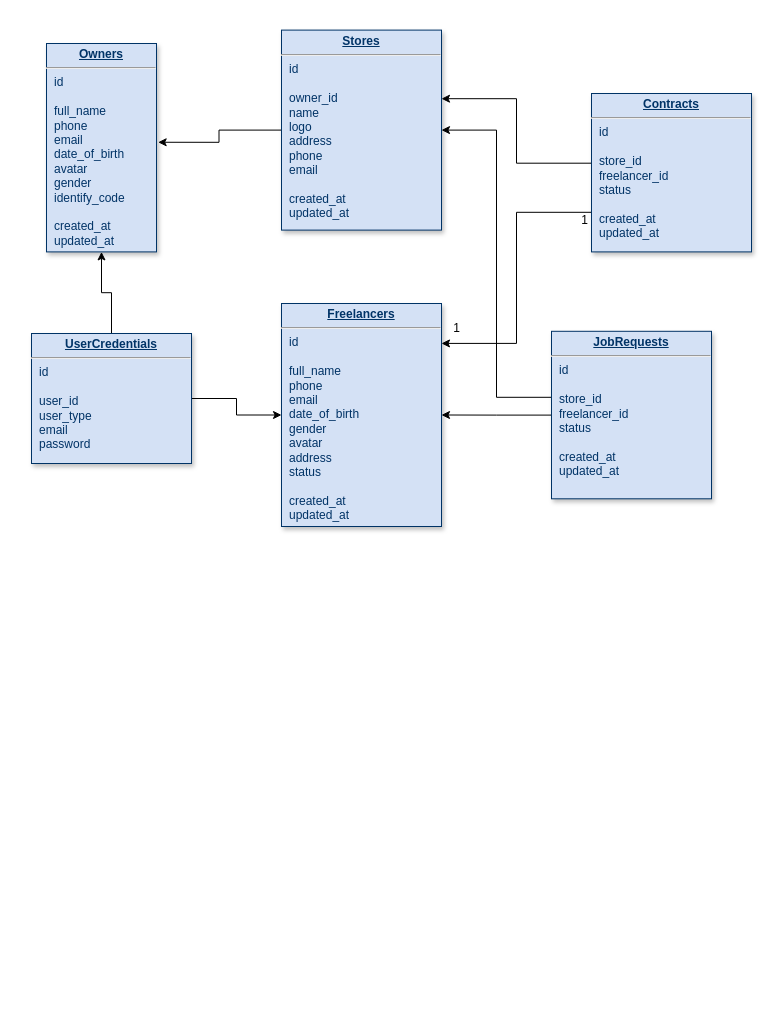
TunKeyy/NTKha-intern-backend-test keeps this draw.io diagram as database.drawio. Above is the earlier version. Source tidied: cells renumbered, new cells numbered last; positions are measured from the earlier drawing's top-left corner, leaving out a move shared by most shapes. Both pictures are drawn from the tidied source at 100%, with x=0, y=0 at pixel (31, 30).
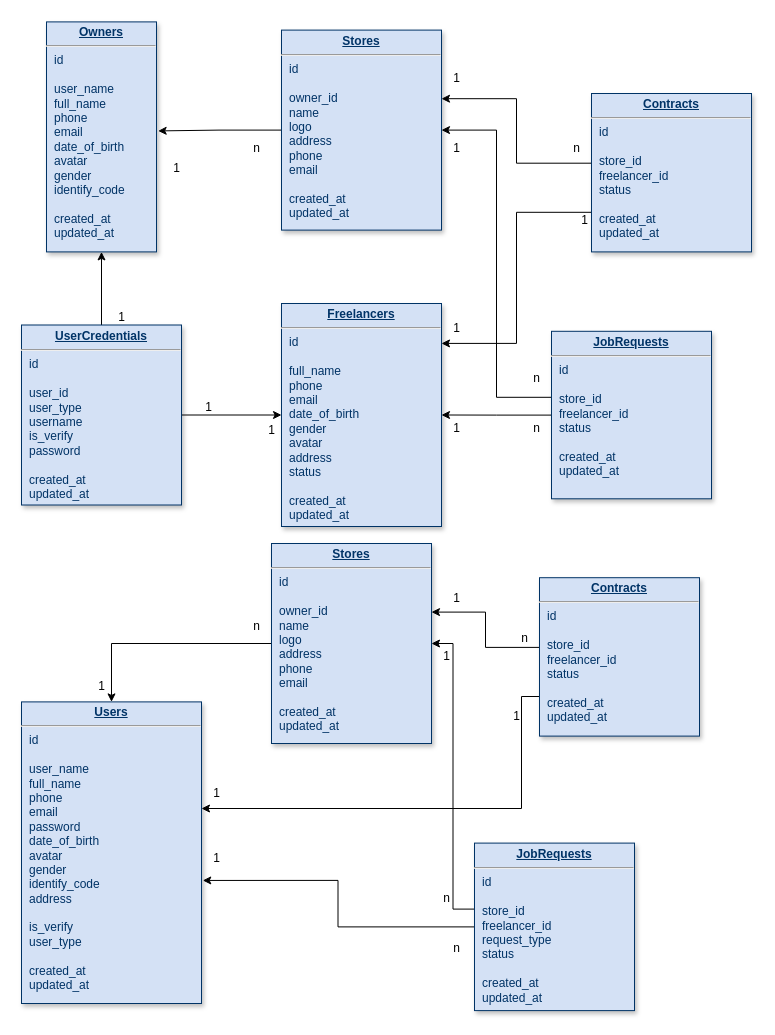
The same diagram, later.

Diff of the diagram source:
```diff
@@
-    <mxCell id="9" value="&lt;p style=&quot;margin: 0px; margin-top: 4px; text-align: center; text-decoration: underline;&quot;&gt;&lt;b&gt;UserCredentials&lt;/b&gt;&lt;/p&gt;&lt;hr&gt;&lt;p style=&quot;margin: 0px; margin-left: 8px;&quot;&gt;id&lt;/p&gt;&lt;p style=&quot;margin: 0px; margin-left: 8px;&quot;&gt;&lt;br&gt;&lt;/p&gt;&lt;p style=&quot;margin: 0px; margin-left: 8px;&quot;&gt;user_id&lt;/p&gt;&lt;p style=&quot;margin: 0px; margin-left: 8px;&quot;&gt;user_type&lt;/p&gt;&lt;p style=&quot;margin: 0px; margin-left: 8px;&quot;&gt;email&lt;/p&gt;&lt;p style=&quot;margin: 0px; margin-left: 8px;&quot;&gt;password&lt;/p&gt;" style="verticalAlign=top;align=left;overflow=fill;fontSize=12;fontFamily=Helvetica;html=1;strokeColor=#003366;shadow=1;fillColor=#D4E1F5;fontColor=#003366;" parent="1" vertex="1">
-      <mxGeometry y="303" width="160" height="130" as="geometry" />
+    <mxCell id="9" value="&lt;p style=&quot;margin: 0px; margin-top: 4px; text-align: center; text-decoration: underline;&quot;&gt;&lt;b&gt;UserCredentials&lt;/b&gt;&lt;/p&gt;&lt;hr&gt;&lt;p style=&quot;margin: 0px; margin-left: 8px;&quot;&gt;id&lt;/p&gt;&lt;p style=&quot;margin: 0px; margin-left: 8px;&quot;&gt;&lt;br&gt;&lt;/p&gt;&lt;p style=&quot;margin: 0px; margin-left: 8px;&quot;&gt;user_id&lt;/p&gt;&lt;p style=&quot;margin: 0px; margin-left: 8px;&quot;&gt;user_type&lt;/p&gt;&lt;p style=&quot;margin: 0px; margin-left: 8px;&quot;&gt;&lt;span style=&quot;background-color: initial;&quot;&gt;username&lt;/span&gt;&lt;/p&gt;&lt;p style=&quot;margin: 0px; margin-left: 8px;&quot;&gt;is_verify&lt;/p&gt;&lt;p style=&quot;margin: 0px; margin-left: 8px;&quot;&gt;&lt;span style=&quot;background-color: initial;&quot;&gt;password&lt;/span&gt;&lt;br&gt;&lt;/p&gt;&lt;p style=&quot;border-color: var(--border-color); margin: 0px 0px 0px 8px;&quot;&gt;&lt;br&gt;&lt;/p&gt;&lt;p style=&quot;border-color: var(--border-color); margin: 0px 0px 0px 8px;&quot;&gt;created_at&lt;/p&gt;&lt;p style=&quot;border-color: var(--border-color); margin: 0px 0px 0px 8px;&quot;&gt;updated_at&lt;/p&gt;" style="verticalAlign=top;align=left;overflow=fill;fontSize=12;fontFamily=Helvetica;html=1;strokeColor=#003366;shadow=1;fillColor=#D4E1F5;fontColor=#003366;" parent="1" vertex="1">
+      <mxGeometry x="-10" y="294.5" width="160" height="180" as="geometry" />
     </mxCell>
@@
-    <mxCell id="14" value="&lt;p style=&quot;margin: 0px; margin-top: 4px; text-align: center; text-decoration: underline;&quot;&gt;&lt;b&gt;Owners&lt;/b&gt;&lt;/p&gt;&lt;hr&gt;&lt;p style=&quot;margin: 0px; margin-left: 8px;&quot;&gt;&lt;span style=&quot;background-color: initial;&quot;&gt;id&lt;/span&gt;&lt;br&gt;&lt;/p&gt;&lt;p style=&quot;margin: 0px; margin-left: 8px;&quot;&gt;&lt;span style=&quot;background-color: initial;&quot;&gt;&lt;br&gt;&lt;/span&gt;&lt;/p&gt;&lt;p style=&quot;margin: 0px; margin-left: 8px;&quot;&gt;full_name&lt;/p&gt;&lt;p style=&quot;margin: 0px; margin-left: 8px;&quot;&gt;phone&lt;/p&gt;&lt;p style=&quot;margin: 0px; margin-left: 8px;&quot;&gt;email&lt;/p&gt;&lt;p style=&quot;margin: 0px; margin-left: 8px;&quot;&gt;date_of_birth&lt;/p&gt;&lt;p style=&quot;margin: 0px; margin-left: 8px;&quot;&gt;avatar&lt;/p&gt;&lt;p style=&quot;margin: 0px; margin-left: 8px;&quot;&gt;gender&lt;/p&gt;&lt;p style=&quot;margin: 0px; margin-left: 8px;&quot;&gt;identify_code&lt;/p&gt;&lt;p style=&quot;margin: 0px; margin-left: 8px;&quot;&gt;&lt;br&gt;&lt;/p&gt;&lt;p style=&quot;border-color: var(--border-color); margin: 0px 0px 0px 8px;&quot;&gt;created_at&lt;/p&gt;&lt;p style=&quot;border-color: var(--border-color); margin: 0px 0px 0px 8px;&quot;&gt;updated_at&lt;/p&gt;" style="verticalAlign=top;align=left;overflow=fill;fontSize=12;fontFamily=Helvetica;html=1;strokeColor=#003366;shadow=1;fillColor=#D4E1F5;fontColor=#003366;" parent="1" vertex="1">
-      <mxGeometry x="15" y="13" width="110" height="208.4" as="geometry" />
+    <mxCell id="14" value="&lt;p style=&quot;margin: 0px; margin-top: 4px; text-align: center; text-decoration: underline;&quot;&gt;&lt;b&gt;Owners&lt;/b&gt;&lt;/p&gt;&lt;hr&gt;&lt;p style=&quot;margin: 0px; margin-left: 8px;&quot;&gt;&lt;span style=&quot;background-color: initial;&quot;&gt;id&lt;/span&gt;&lt;br&gt;&lt;/p&gt;&lt;p style=&quot;margin: 0px; margin-left: 8px;&quot;&gt;&lt;span style=&quot;background-color: initial;&quot;&gt;&lt;br&gt;&lt;/span&gt;&lt;/p&gt;&lt;p style=&quot;margin: 0px; margin-left: 8px;&quot;&gt;user_name&lt;/p&gt;&lt;p style=&quot;margin: 0px; margin-left: 8px;&quot;&gt;full_name&lt;/p&gt;&lt;p style=&quot;margin: 0px; margin-left: 8px;&quot;&gt;phone&lt;/p&gt;&lt;p style=&quot;margin: 0px; margin-left: 8px;&quot;&gt;email&lt;/p&gt;&lt;p style=&quot;margin: 0px; margin-left: 8px;&quot;&gt;date_of_birth&lt;/p&gt;&lt;p style=&quot;margin: 0px; margin-left: 8px;&quot;&gt;avatar&lt;/p&gt;&lt;p style=&quot;margin: 0px; margin-left: 8px;&quot;&gt;gender&lt;/p&gt;&lt;p style=&quot;margin: 0px; margin-left: 8px;&quot;&gt;identify_code&lt;/p&gt;&lt;p style=&quot;margin: 0px; margin-left: 8px;&quot;&gt;&lt;br&gt;&lt;/p&gt;&lt;p style=&quot;border-color: var(--border-color); margin: 0px 0px 0px 8px;&quot;&gt;created_at&lt;/p&gt;&lt;p style=&quot;border-color: var(--border-color); margin: 0px 0px 0px 8px;&quot;&gt;updated_at&lt;/p&gt;" style="verticalAlign=top;align=left;overflow=fill;fontSize=12;fontFamily=Helvetica;html=1;strokeColor=#003366;shadow=1;fillColor=#D4E1F5;fontColor=#003366;" parent="1" vertex="1">
+      <mxGeometry x="15" y="-8.6" width="110" height="230" as="geometry" />
     </mxCell>
@@
+    <mxCell id="17" value="n" style="text;html=1;align=center;verticalAlign=middle;strokeColor=none;fillColor=none;" parent="1" vertex="1">
+      <mxGeometry x="210" y="103" width="30" height="30" as="geometry" />
+    </mxCell>
+    <mxCell id="18" value="1" style="text;html=1;align=center;verticalAlign=middle;strokeColor=none;fillColor=none;" parent="1" vertex="1">
+      <mxGeometry x="130" y="123" width="30" height="30" as="geometry" />
+    </mxCell>
+    <mxCell id="19" value="1" style="text;html=1;align=center;verticalAlign=middle;strokeColor=none;fillColor=none;" parent="1" vertex="1">
+      <mxGeometry x="410" y="33" width="30" height="30" as="geometry" />
+    </mxCell>
+    <mxCell id="20" value="n" style="text;html=1;align=center;verticalAlign=middle;strokeColor=none;fillColor=none;" parent="1" vertex="1">
+      <mxGeometry x="530" y="103" width="30" height="30" as="geometry" />
+    </mxCell>
+    <mxCell id="21" value="n" style="text;html=1;align=center;verticalAlign=middle;strokeColor=none;fillColor=none;" parent="1" vertex="1">
+      <mxGeometry x="490" y="383" width="30" height="30" as="geometry" />
+    </mxCell>
+    <mxCell id="22" value="1" style="text;html=1;align=center;verticalAlign=middle;strokeColor=none;fillColor=none;" parent="1" vertex="1">
+      <mxGeometry x="410" y="383" width="30" height="30" as="geometry" />
+    </mxCell>
+    <mxCell id="23" value="1" style="text;html=1;align=center;verticalAlign=middle;strokeColor=none;fillColor=none;" parent="1" vertex="1">
+      <mxGeometry x="410" y="103" width="30" height="30" as="geometry" />
+    </mxCell>
+    <mxCell id="24" value="n" style="text;html=1;align=center;verticalAlign=middle;strokeColor=none;fillColor=none;" parent="1" vertex="1">
+      <mxGeometry x="490" y="333" width="30" height="30" as="geometry" />
+    </mxCell>
+    <mxCell id="25" value="1" style="text;html=1;align=center;verticalAlign=middle;strokeColor=none;fillColor=none;" parent="1" vertex="1">
+      <mxGeometry x="75" y="272" width="30" height="30" as="geometry" />
+    </mxCell>
+    <mxCell id="26" value="1" style="text;html=1;align=center;verticalAlign=middle;strokeColor=none;fillColor=none;" parent="1" vertex="1">
+      <mxGeometry x="162" y="362" width="30" height="30" as="geometry" />
+    </mxCell>
+    <mxCell id="27" value="1" style="text;html=1;align=center;verticalAlign=middle;strokeColor=none;fillColor=none;" parent="1" vertex="1">
+      <mxGeometry x="225" y="385" width="30" height="30" as="geometry" />
+    </mxCell>
+    <mxCell id="28" style="edgeStyle=orthogonalEdgeStyle;rounded=0;jettySize=auto;html=1;entryX=0.5;entryY=0;entryDx=0;entryDy=0;" parent="1" edge="1" source="29" target="44">
+      <mxGeometry relative="1" as="geometry" />
+    </mxCell>
+    <mxCell id="29" value="&lt;p style=&quot;margin: 0px; margin-top: 4px; text-align: center; text-decoration: underline;&quot;&gt;&lt;b&gt;Stores&lt;/b&gt;&lt;/p&gt;&lt;hr&gt;&lt;p style=&quot;margin: 0px; margin-left: 8px;&quot;&gt;id&lt;/p&gt;&lt;p style=&quot;margin: 0px; margin-left: 8px;&quot;&gt;&lt;br&gt;&lt;/p&gt;&lt;p style=&quot;margin: 0px; margin-left: 8px;&quot;&gt;owner_id&lt;/p&gt;&lt;p style=&quot;margin: 0px; margin-left: 8px;&quot;&gt;name&lt;/p&gt;&lt;p style=&quot;margin: 0px; margin-left: 8px;&quot;&gt;logo&lt;/p&gt;&lt;p style=&quot;margin: 0px; margin-left: 8px;&quot;&gt;address&lt;/p&gt;&lt;p style=&quot;margin: 0px; margin-left: 8px;&quot;&gt;phone&lt;/p&gt;&lt;p style=&quot;margin: 0px; margin-left: 8px;&quot;&gt;email&lt;/p&gt;&lt;p style=&quot;margin: 0px; margin-left: 8px;&quot;&gt;&lt;br&gt;&lt;/p&gt;&lt;p style=&quot;border-color: var(--border-color); margin: 0px 0px 0px 8px;&quot;&gt;created_at&lt;/p&gt;&lt;p style=&quot;border-color: var(--border-color); margin: 0px 0px 0px 8px;&quot;&gt;updated_at&lt;/p&gt;&lt;p style=&quot;margin: 0px; margin-left: 8px;&quot;&gt;&lt;br&gt;&lt;/p&gt;" style="verticalAlign=top;align=left;overflow=fill;fontSize=12;fontFamily=Helvetica;html=1;strokeColor=#003366;shadow=1;fillColor=#D4E1F5;fontColor=#003366;" parent="1" vertex="1">
+      <mxGeometry x="240" y="513" width="160" height="200" as="geometry" />
+    </mxCell>
+    <mxCell id="30" style="edgeStyle=orthogonalEdgeStyle;rounded=0;jettySize=auto;html=1;entryX=1.007;entryY=0.592;entryDx=0;entryDy=0;entryPerimeter=0;" parent="1" edge="1" source="32" target="44">
+      <mxGeometry relative="1" as="geometry" />
+    </mxCell>
+    <mxCell id="31" style="edgeStyle=orthogonalEdgeStyle;rounded=0;jettySize=auto;html=1;entryX=1;entryY=0.5;entryDx=0;entryDy=0;exitX=0.004;exitY=0.394;exitDx=0;exitDy=0;exitPerimeter=0;" parent="1" edge="1" source="32" target="29">
+      <mxGeometry relative="1" as="geometry" />
+    </mxCell>
+    <mxCell id="32" value="&lt;p style=&quot;margin: 0px; margin-top: 4px; text-align: center; text-decoration: underline;&quot;&gt;&lt;b&gt;JobRequests&lt;/b&gt;&lt;/p&gt;&lt;hr&gt;&lt;p style=&quot;margin: 0px; margin-left: 8px;&quot;&gt;&lt;span style=&quot;background-color: initial;&quot;&gt;id&lt;/span&gt;&lt;/p&gt;&lt;p style=&quot;margin: 0px; margin-left: 8px;&quot;&gt;&lt;br&gt;&lt;/p&gt;&lt;p style=&quot;margin: 0px; margin-left: 8px;&quot;&gt;store_id&lt;/p&gt;&lt;p style=&quot;margin: 0px; margin-left: 8px;&quot;&gt;freelancer_id&lt;/p&gt;&lt;p style=&quot;margin: 0px; margin-left: 8px;&quot;&gt;request_type&lt;/p&gt;&lt;p style=&quot;margin: 0px; margin-left: 8px;&quot;&gt;status&lt;/p&gt;&lt;p style=&quot;margin: 0px; margin-left: 8px;&quot;&gt;&lt;br&gt;&lt;/p&gt;&lt;p style=&quot;border-color: var(--border-color); margin: 0px 0px 0px 8px;&quot;&gt;created_at&lt;/p&gt;&lt;p style=&quot;border-color: var(--border-color); margin: 0px 0px 0px 8px;&quot;&gt;updated_at&lt;/p&gt;" style="verticalAlign=top;align=left;overflow=fill;fontSize=12;fontFamily=Helvetica;html=1;strokeColor=#003366;shadow=1;fillColor=#D4E1F5;fontColor=#003366;" parent="1" vertex="1">
+      <mxGeometry x="443" y="812.6" width="160" height="167.5" as="geometry" />
+    </mxCell>
+    <mxCell id="33" style="edgeStyle=orthogonalEdgeStyle;rounded=0;jettySize=auto;html=1;entryX=1;entryY=0.343;entryDx=0;entryDy=0;entryPerimeter=0;exitX=0;exitY=0.44;exitDx=0;exitDy=0;exitPerimeter=0;" parent="1" edge="1" source="35" target="29">
+      <mxGeometry relative="1" as="geometry" />
+    </mxCell>
+    <mxCell id="34" style="edgeStyle=orthogonalEdgeStyle;rounded=0;jettySize=auto;html=1;exitX=0;exitY=0.75;exitDx=0;exitDy=0;" parent="1" edge="1" source="35" target="44">
+      <mxGeometry relative="1" as="geometry">
+        <Array as="points">
+          <mxPoint x="490" y="666" />
+          <mxPoint x="490" y="778" />
+        </Array>
+      </mxGeometry>
+    </mxCell>
+    <mxCell id="35" value="&lt;p style=&quot;margin: 0px; margin-top: 4px; text-align: center; text-decoration: underline;&quot;&gt;&lt;b&gt;Contracts&lt;/b&gt;&lt;/p&gt;&lt;hr&gt;&lt;p style=&quot;margin: 0px; margin-left: 8px;&quot;&gt;&lt;span style=&quot;background-color: initial;&quot;&gt;id&lt;/span&gt;&lt;/p&gt;&lt;p style=&quot;margin: 0px; margin-left: 8px;&quot;&gt;&lt;span style=&quot;background-color: initial;&quot;&gt;&lt;br&gt;&lt;/span&gt;&lt;/p&gt;&lt;p style=&quot;margin: 0px; margin-left: 8px;&quot;&gt;store_id&lt;/p&gt;&lt;p style=&quot;margin: 0px; margin-left: 8px;&quot;&gt;freelancer_id&lt;/p&gt;&lt;p style=&quot;margin: 0px; margin-left: 8px;&quot;&gt;status&lt;/p&gt;&lt;p style=&quot;margin: 0px; margin-left: 8px;&quot;&gt;&lt;br&gt;&lt;/p&gt;&lt;p style=&quot;margin: 0px; margin-left: 8px;&quot;&gt;created_at&lt;/p&gt;&lt;p style=&quot;margin: 0px; margin-left: 8px;&quot;&gt;updated_at&lt;/p&gt;" style="verticalAlign=top;align=left;overflow=fill;fontSize=12;fontFamily=Helvetica;html=1;strokeColor=#003366;shadow=1;fillColor=#D4E1F5;fontColor=#003366;" parent="1" vertex="1">
+      <mxGeometry x="508" y="547.2" width="160" height="158.4" as="geometry" />
+    </mxCell>
+    <mxCell id="36" value="1" style="text;html=1;align=center;verticalAlign=middle;strokeColor=none;fillColor=none;" parent="1" vertex="1">
+      <mxGeometry x="470" y="671.4" width="30" height="30" as="geometry" />
+    </mxCell>
+    <mxCell id="37" value="1" style="text;html=1;align=center;verticalAlign=middle;strokeColor=none;fillColor=none;" parent="1" vertex="1">
+      <mxGeometry x="170" y="748" width="30" height="30" as="geometry" />
+    </mxCell>
+    <mxCell id="38" value="1" style="text;html=1;align=center;verticalAlign=middle;strokeColor=none;fillColor=none;" parent="1" vertex="1">
+      <mxGeometry x="410" y="553" width="30" height="30" as="geometry" />
+    </mxCell>
+    <mxCell id="39" value="n" style="text;html=1;align=center;verticalAlign=middle;strokeColor=none;fillColor=none;" parent="1" vertex="1">
+      <mxGeometry x="478" y="593" width="30" height="30" as="geometry" />
+    </mxCell>
+    <mxCell id="40" value="n" style="text;html=1;align=center;verticalAlign=middle;strokeColor=none;fillColor=none;" parent="1" vertex="1">
+      <mxGeometry x="410" y="903" width="30" height="30" as="geometry" />
+    </mxCell>
+    <mxCell id="41" value="1" style="text;html=1;align=center;verticalAlign=middle;strokeColor=none;fillColor=none;" parent="1" vertex="1">
+      <mxGeometry x="170" y="813" width="30" height="30" as="geometry" />
+    </mxCell>
+    <mxCell id="42" value="1" style="text;html=1;align=center;verticalAlign=middle;strokeColor=none;fillColor=none;" parent="1" vertex="1">
+      <mxGeometry x="400" y="611.4" width="30" height="30" as="geometry" />
+    </mxCell>
+    <mxCell id="43" value="n" style="text;html=1;align=center;verticalAlign=middle;strokeColor=none;fillColor=none;" parent="1" vertex="1">
+      <mxGeometry x="400" y="853" width="30" height="30" as="geometry" />
+    </mxCell>
+    <mxCell id="44" value="&lt;p style=&quot;margin: 0px; margin-top: 4px; text-align: center; text-decoration: underline;&quot;&gt;&lt;b&gt;Users&lt;/b&gt;&lt;/p&gt;&lt;hr&gt;&lt;p style=&quot;margin: 0px; margin-left: 8px;&quot;&gt;&lt;span style=&quot;background-color: initial;&quot;&gt;id&lt;/span&gt;&lt;br&gt;&lt;/p&gt;&lt;p style=&quot;margin: 0px; margin-left: 8px;&quot;&gt;&lt;span style=&quot;background-color: initial;&quot;&gt;&lt;br&gt;&lt;/span&gt;&lt;/p&gt;&lt;p style=&quot;margin: 0px; margin-left: 8px;&quot;&gt;user_name&lt;/p&gt;&lt;p style=&quot;margin: 0px; margin-left: 8px;&quot;&gt;full_name&lt;/p&gt;&lt;p style=&quot;margin: 0px; margin-left: 8px;&quot;&gt;phone&lt;/p&gt;&lt;p style=&quot;margin: 0px; margin-left: 8px;&quot;&gt;email&lt;/p&gt;&lt;p style=&quot;margin: 0px; margin-left: 8px;&quot;&gt;password&lt;/p&gt;&lt;p style=&quot;margin: 0px; margin-left: 8px;&quot;&gt;date_of_birth&lt;/p&gt;&lt;p style=&quot;margin: 0px; margin-left: 8px;&quot;&gt;avatar&lt;/p&gt;&lt;p style=&quot;margin: 0px; margin-left: 8px;&quot;&gt;gender&lt;/p&gt;&lt;p style=&quot;margin: 0px; margin-left: 8px;&quot;&gt;identify_code&lt;/p&gt;&lt;p style=&quot;border-color: var(--border-color); margin: 0px 0px 0px 8px;&quot;&gt;address&lt;/p&gt;&lt;p style=&quot;margin: 0px; margin-left: 8px;&quot;&gt;&lt;span style=&quot;background-color: initial;&quot;&gt;&lt;br&gt;&lt;/span&gt;&lt;/p&gt;&lt;p style=&quot;margin: 0px; margin-left: 8px;&quot;&gt;&lt;span style=&quot;background-color: initial;&quot;&gt;is_verify&lt;/span&gt;&lt;br&gt;&lt;/p&gt;&lt;p style=&quot;margin: 0px; margin-left: 8px;&quot;&gt;user_type&lt;/p&gt;&lt;p style=&quot;margin: 0px; margin-left: 8px;&quot;&gt;&lt;br&gt;&lt;/p&gt;&lt;p style=&quot;border-color: var(--border-color); margin: 0px 0px 0px 8px;&quot;&gt;created_at&lt;/p&gt;&lt;p style=&quot;border-color: var(--border-color); margin: 0px 0px 0px 8px;&quot;&gt;updated_at&lt;/p&gt;" style="verticalAlign=top;align=left;overflow=fill;fontSize=12;fontFamily=Helvetica;html=1;strokeColor=#003366;shadow=1;fillColor=#D4E1F5;fontColor=#003366;" parent="1" vertex="1">
+      <mxGeometry x="-10" y="671.4" width="180" height="301.6" as="geometry" />
+    </mxCell>
+    <mxCell id="45" value="1" style="text;html=1;align=center;verticalAlign=middle;strokeColor=none;fillColor=none;" parent="1" vertex="1">
+      <mxGeometry x="55" y="641.4" width="30" height="30" as="geometry" />
+    </mxCell>
+    <mxCell id="46" value="n" style="text;html=1;align=center;verticalAlign=middle;strokeColor=none;fillColor=none;" parent="1" vertex="1">
+      <mxGeometry x="210" y="581.4" width="30" height="30" as="geometry" />
+    </mxCell>
```
